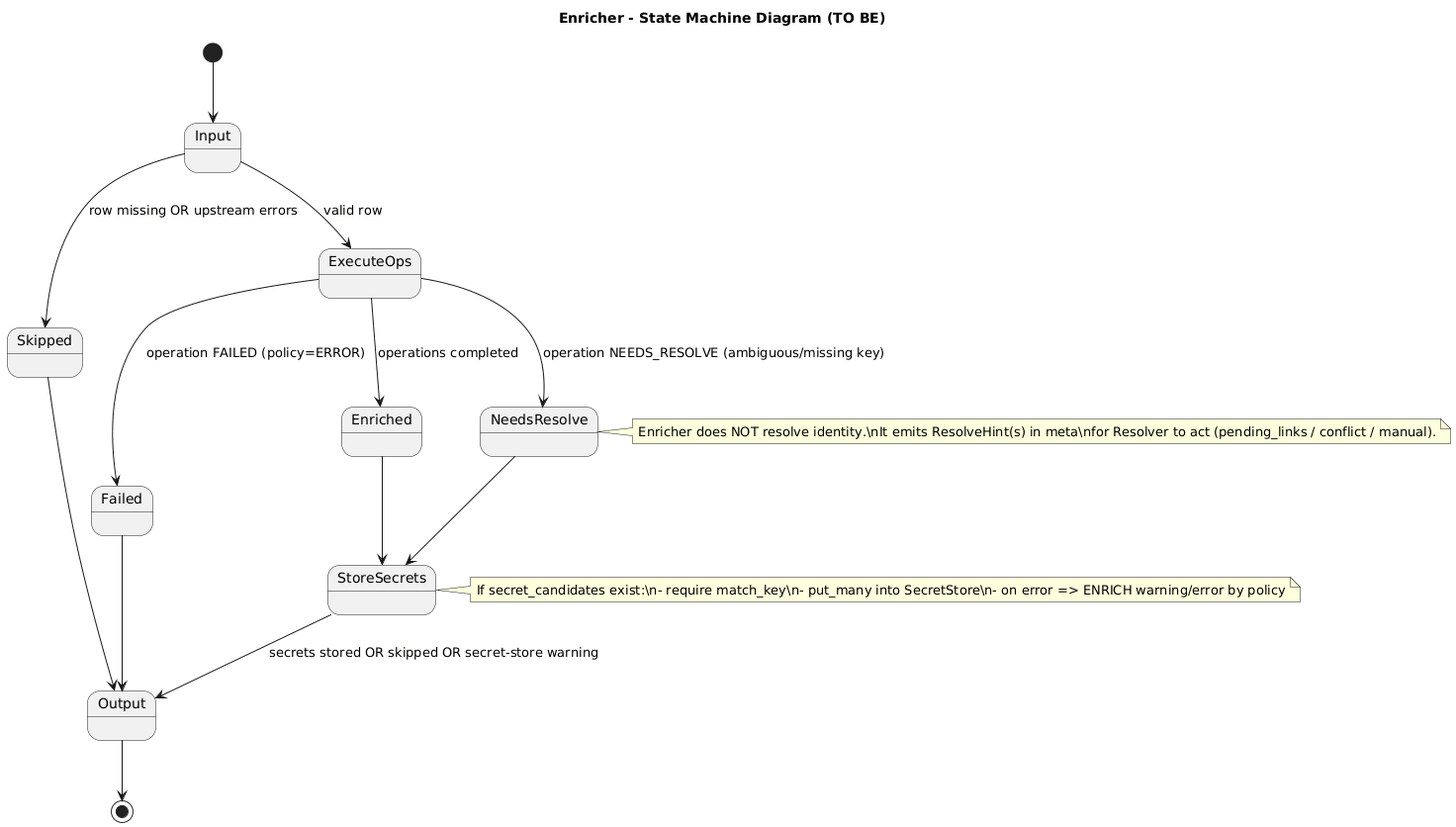
Before: docs/uml/transform/enricher/enricher_state_machine.png, a diagram exported from PlantUML (xORex-LC/nexus-etl). Its source is kept beside it as docs/uml/transform/enricher/enricher_state_machine.puml. The source it was exported from:
```plantuml
@startuml
title Enricher - State Machine Diagram (TO BE)

[*] --> Input

Input --> Skipped : row missing OR upstream errors
Input --> ExecuteOps : valid row

ExecuteOps --> Failed : operation FAILED (policy=ERROR)
ExecuteOps --> NeedsResolve : operation NEEDS_RESOLVE (ambiguous/missing key)
ExecuteOps --> Enriched : operations completed

NeedsResolve --> StoreSecrets
Enriched --> StoreSecrets
Skipped --> Output

StoreSecrets --> Output : secrets stored OR skipped OR secret-store warning

Failed --> Output

Output --> [*]

note right of NeedsResolve
Enricher does NOT resolve identity.\nIt emits ResolveHint(s) in meta\nfor Resolver to act (pending_links / conflict / manual).
end note

note right of StoreSecrets
If secret_candidates exist:\n- require match_key\n- put_many into SecretStore\n- on error => ENRICH warning/error by policy
end note

@enduml
```
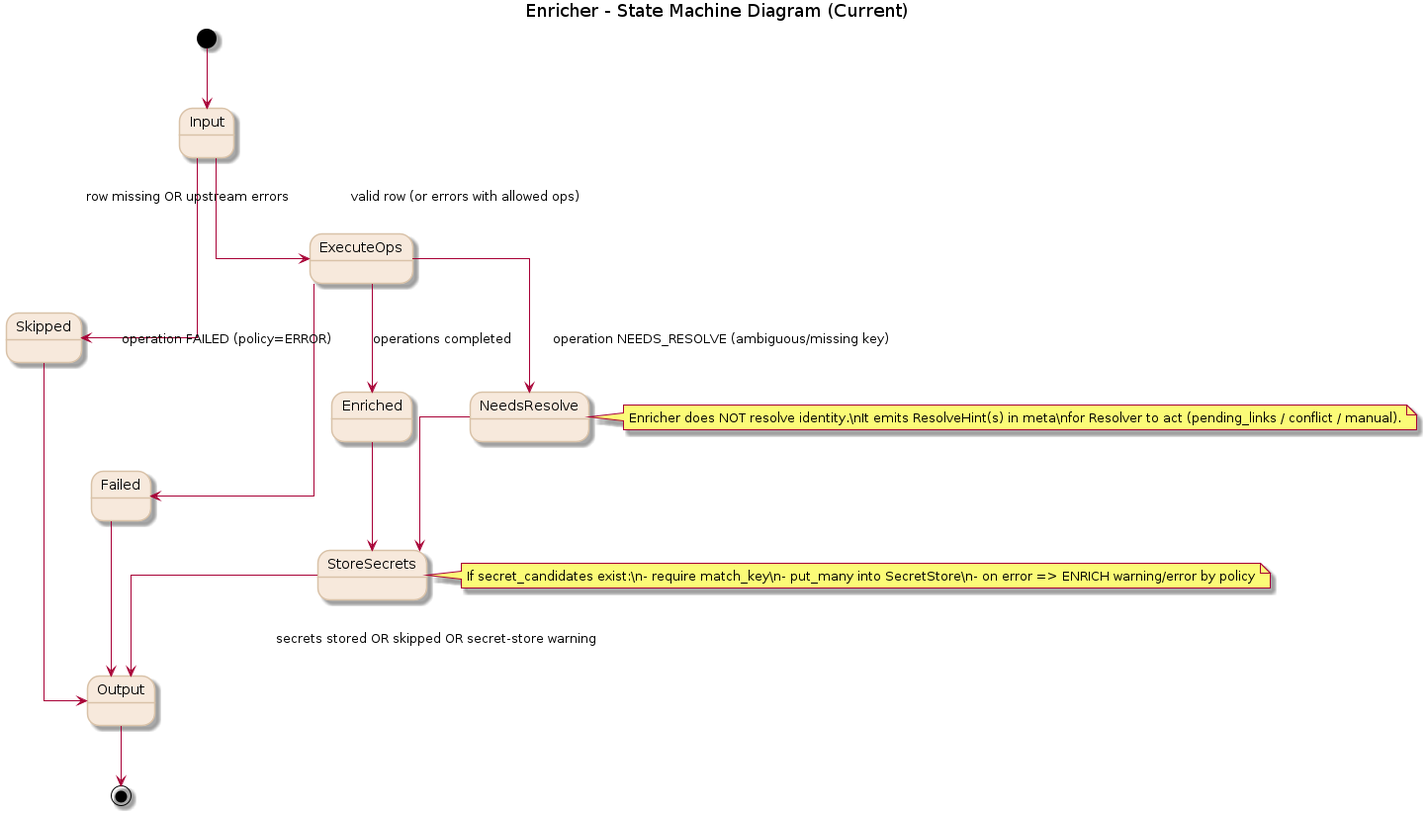
After the change.

What changed in the source:
```diff
@@ -1,10 +1,17 @@
 @startuml
-title Enricher - State Machine Diagram (TO BE)
+title Enricher - State Machine Diagram (Current)
+skinparam backgroundColor white
+skinparam linetype ortho
+skinparam defaultFontName Arial
+skinparam state {
+  BackgroundColor #f7e9dc
+  BorderColor #d9c2a8
+}
 
 [*] --> Input
 
 Input --> Skipped : row missing OR upstream errors
-Input --> ExecuteOps : valid row
+Input --> ExecuteOps : valid row (or errors with allowed ops)
 
 ExecuteOps --> Failed : operation FAILED (policy=ERROR)
 ExecuteOps --> NeedsResolve : operation NEEDS_RESOLVE (ambiguous/missing key)
```
